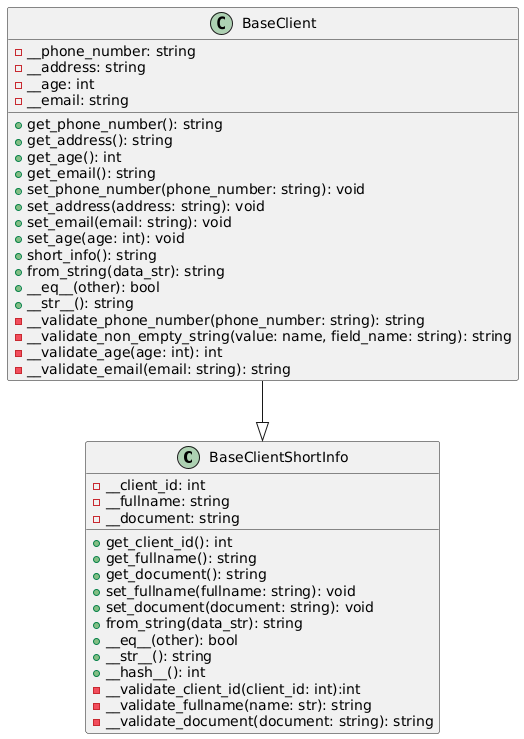
This is 1.10(UML).png from hamletsspeak/InfoSystemDesignNew, a PlantUML export, as it was before one commit.
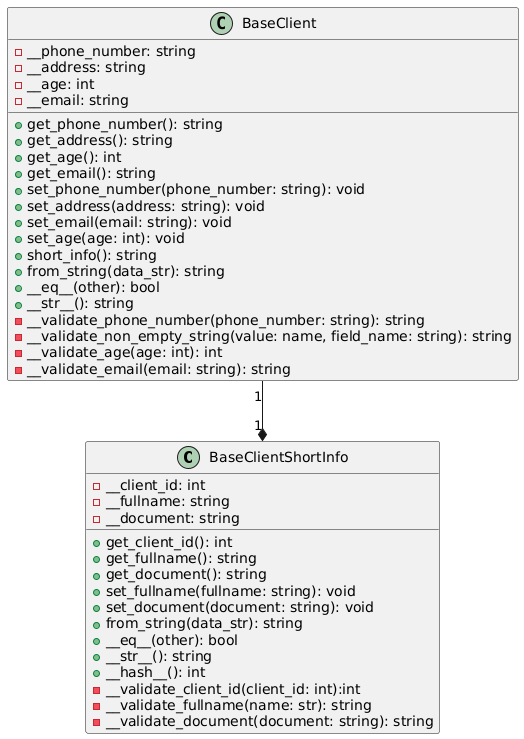
Above is the later version.

Commit message:
2.3 (NEW) Было выполнено объединение классов ...Json и ...Yaml с приминением паттерна Стратегия.

Обновлена диаграмма классов.

Diff of the diagram source:
```diff
@@ -40,5 +40,5 @@
   - __validate_email(email: string): string
 }
 
-BaseClient --|> BaseClientShortInfo
+BaseClient "1" --* "1" BaseClientShortInfo
 @enduml
```
